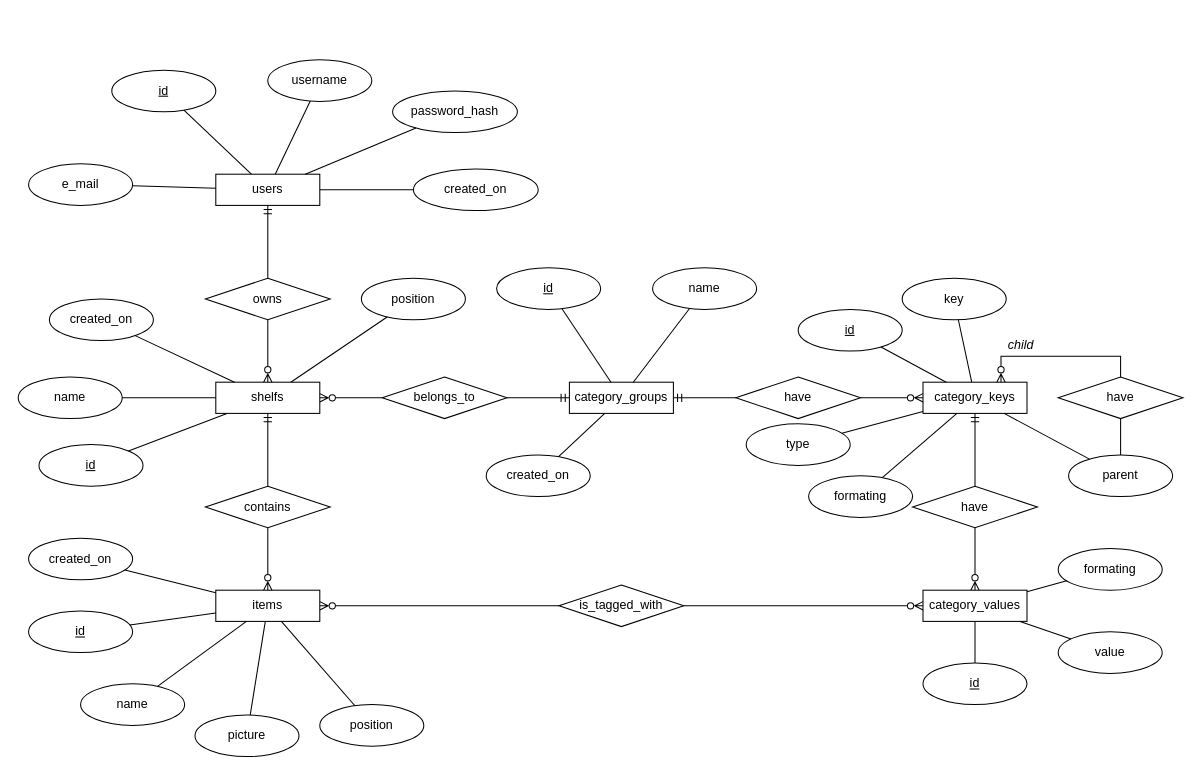
Before: docs/infra/ConceptionalERD.drawio in Vulpes0Zerda/archive-wizard-backend, a draw.io diagram. Source tidied: cells renumbered, new cells numbered last; positions are measured from the earlier drawing's top-left corner, leaving out a move shared by most shapes. Both pictures are drawn from the tidied source at 104%, with x=0, y=0 at pixel (18, 59).
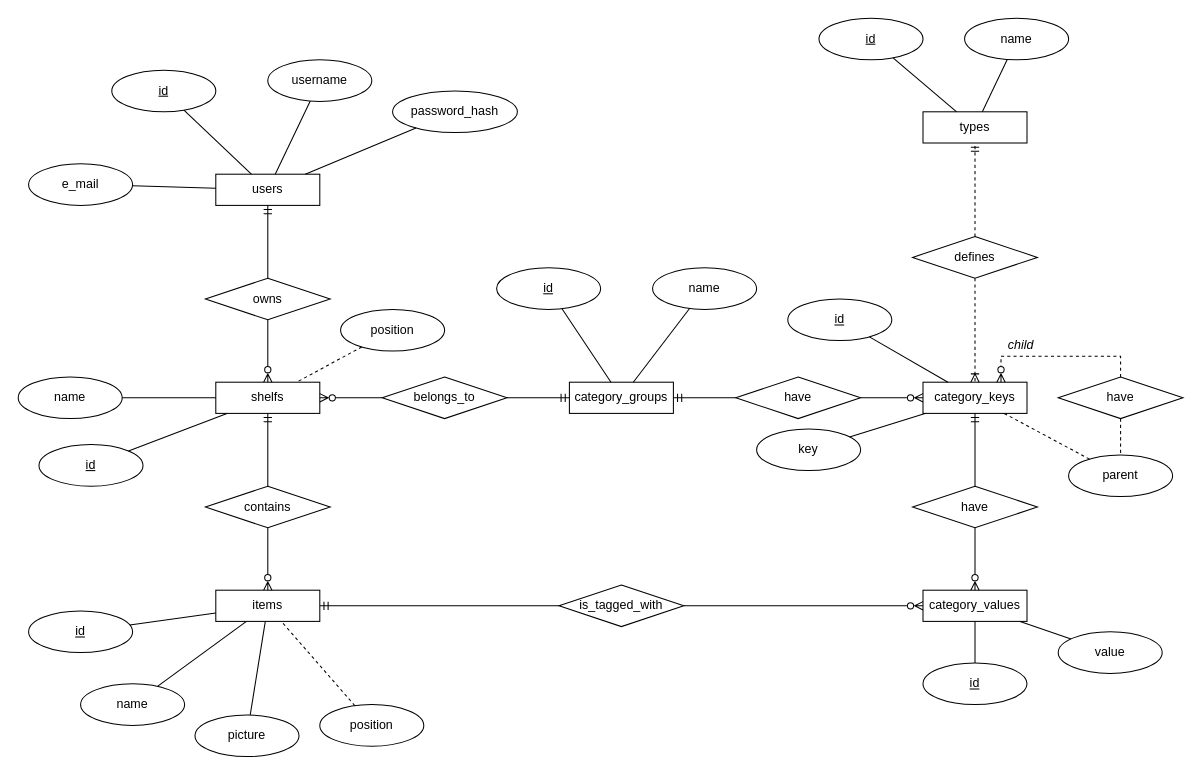
Above is the later version.

Commit message:
finalized conceptional ERD

The change refers to these unchanged cells:
```xml
<mxCell id="2" value="users" style="whiteSpace=wrap;html=1;align=center;hachureGap=4;fontFamily=Helvetica;" parent="1" vertex="1">
  <mxGeometry x="190" y="110" width="100" height="30" as="geometry" />
</mxCell>
<mxCell id="3" value="category_keys" style="whiteSpace=wrap;html=1;align=center;hachureGap=4;fontFamily=Helvetica;" parent="1" vertex="1">
  <mxGeometry x="870" y="310" width="100" height="30" as="geometry" />
</mxCell>
<mxCell id="4" value="category_values" style="whiteSpace=wrap;html=1;align=center;hachureGap=4;fontFamily=Helvetica;" parent="1" vertex="1">
  <mxGeometry x="870" y="510" width="100" height="30" as="geometry" />
</mxCell>
<mxCell id="13" value="shelfs" style="whiteSpace=wrap;html=1;align=center;hachureGap=4;fontFamily=Helvetica;" parent="1" vertex="1">
  <mxGeometry x="190" y="310" width="100" height="30" as="geometry" />
</mxCell>
<mxCell id="17" value="items" style="whiteSpace=wrap;html=1;align=center;hachureGap=4;fontFamily=Helvetica;" parent="1" vertex="1">
  <mxGeometry x="190" y="510" width="100" height="30" as="geometry" />
</mxCell>
<mxCell id="34" value="is_tagged_with" style="shape=rhombus;perimeter=rhombusPerimeter;whiteSpace=wrap;html=1;align=center;hachureGap=4;fontFamily=Helvetica;" parent="1" vertex="1">
  <mxGeometry x="520" y="505" width="120" height="40" as="geometry" />
</mxCell>
<mxCell id="46" value="position" style="ellipse;whiteSpace=wrap;html=1;align=center;hachureGap=4;fontFamily=Helvetica;" parent="1" vertex="1">
  <mxGeometry x="290" y="620" width="100" height="40" as="geometry" />
</mxCell>
<mxCell id="54" value="category_groups" style="whiteSpace=wrap;html=1;align=center;hachureGap=4;fontFamily=Helvetica;" parent="1" vertex="1">
  <mxGeometry x="530" y="310" width="100" height="30" as="geometry" />
</mxCell>
<mxCell id="62" value="have" style="shape=rhombus;perimeter=rhombusPerimeter;whiteSpace=wrap;html=1;align=center;hachureGap=4;fontFamily=Helvetica;" parent="1" vertex="1">
  <mxGeometry x="1000" y="305" width="120" height="40" as="geometry" />
</mxCell>
<mxCell id="68" value="parent" style="ellipse;whiteSpace=wrap;html=1;align=center;fontStyle=0;hachureGap=4;fontFamily=Helvetica;" parent="1" vertex="1">
  <mxGeometry x="1010" y="380" width="100" height="40" as="geometry" />
</mxCell>
```

Change to the diagram source:
```diff
@@
-    <mxCell id="21" value="created_on" style="ellipse;whiteSpace=wrap;html=1;align=center;hachureGap=4;fontFamily=Helvetica;" parent="1" vertex="1">
-      <mxGeometry x="30" y="230" width="100" height="40" as="geometry" />
-    </mxCell>
-    <mxCell id="22" style="edgeStyle=none;rounded=0;hachureGap=4;jettySize=auto;html=1;fontFamily=Helvetica;endArrow=none;endFill=0;" parent="1" edge="1" source="21" target="13">
-      <mxGeometry relative="1" as="geometry" />
-    </mxCell>
@@
-    <mxCell id="26" value="created_on" style="ellipse;whiteSpace=wrap;html=1;align=center;hachureGap=4;fontFamily=Helvetica;" parent="1" vertex="1">
-      <mxGeometry x="380" y="105" width="120" height="40" as="geometry" />
-    </mxCell>
-    <mxCell id="27" style="edgeStyle=none;rounded=0;hachureGap=4;jettySize=auto;html=1;fontFamily=Helvetica;endArrow=none;endFill=0;" parent="1" edge="1" source="2" target="26">
-      <mxGeometry relative="1" as="geometry" />
-    </mxCell>
@@
-    <mxCell id="32" style="edgeStyle=orthogonalEdgeStyle;rounded=0;hachureGap=4;jettySize=auto;html=1;exitX=0;exitY=0.5;exitDx=0;exitDy=0;entryX=1;entryY=0.5;entryDx=0;entryDy=0;fontFamily=Architects Daughter;endArrow=ERzeroToMany;endFill=0;" parent="1" edge="1" source="34" target="17">
+    <mxCell id="32" style="edgeStyle=orthogonalEdgeStyle;rounded=0;hachureGap=4;jettySize=auto;html=1;exitX=0;exitY=0.5;exitDx=0;exitDy=0;entryX=1;entryY=0.5;entryDx=0;entryDy=0;fontFamily=Architects Daughter;endArrow=ERmandOne;endFill=0;" parent="1" edge="1" source="34" target="17">
       <mxGeometry relative="1" as="geometry" />
     </mxCell>
@@
-    <mxCell id="42" value="created_on" style="ellipse;whiteSpace=wrap;html=1;align=center;hachureGap=4;fontFamily=Helvetica;" parent="1" vertex="1">
-      <mxGeometry x="10" y="460" width="100" height="40" as="geometry" />
-    </mxCell>
-    <mxCell id="43" style="edgeStyle=none;rounded=0;hachureGap=4;jettySize=auto;html=1;fontFamily=Helvetica;endArrow=none;endFill=0;" parent="1" edge="1" source="42" target="17">
-      <mxGeometry relative="1" as="geometry" />
-    </mxCell>
@@
-    <mxCell id="47" style="edgeStyle=none;rounded=0;hachureGap=4;jettySize=auto;html=1;fontFamily=Helvetica;endArrow=none;endFill=0;" parent="1" edge="1" source="46" target="17">
+    <mxCell id="47" style="edgeStyle=none;rounded=0;hachureGap=4;jettySize=auto;html=1;fontFamily=Helvetica;endArrow=none;endFill=0;dashed=1;" parent="1" edge="1" source="46" target="17">
       <mxGeometry relative="1" as="geometry" />
     </mxCell>
     <mxCell id="48" value="position" style="ellipse;whiteSpace=wrap;html=1;align=center;hachureGap=4;fontFamily=Helvetica;" parent="1" vertex="1">
-      <mxGeometry x="330" y="210" width="100" height="40" as="geometry" />
+      <mxGeometry x="310" y="240" width="100" height="40" as="geometry" />
     </mxCell>
-    <mxCell id="49" style="edgeStyle=none;rounded=0;hachureGap=4;jettySize=auto;html=1;fontFamily=Helvetica;endArrow=none;endFill=0;" parent="1" edge="1" source="48" target="13">
+    <mxCell id="49" style="edgeStyle=none;rounded=0;hachureGap=4;jettySize=auto;html=1;fontFamily=Helvetica;endArrow=none;endFill=0;dashed=1;" parent="1" edge="1" source="48" target="13">
       <mxGeometry relative="1" as="geometry" />
     </mxCell>
     <mxCell id="50" value="id" style="ellipse;whiteSpace=wrap;html=1;align=center;fontStyle=4;hachureGap=4;fontFamily=Helvetica;" parent="1" vertex="1">
-      <mxGeometry x="750" y="240" width="100" height="40" as="geometry" />
+      <mxGeometry x="740" y="230" width="100" height="40" as="geometry" />
     </mxCell>
@@
-    <mxCell id="60" style="edgeStyle=orthogonalEdgeStyle;rounded=0;hachureGap=4;jettySize=auto;html=1;exitX=0.5;exitY=1;exitDx=0;exitDy=0;fontFamily=Architects Daughter;endArrow=none;endFill=0;entryX=0.5;entryY=0;entryDx=0;entryDy=0;" parent="1" edge="1" source="62" target="68">
+    <mxCell id="60" style="edgeStyle=orthogonalEdgeStyle;rounded=0;hachureGap=4;jettySize=auto;html=1;exitX=0.5;exitY=1;exitDx=0;exitDy=0;fontFamily=Architects Daughter;endArrow=none;endFill=0;entryX=0.5;entryY=0;entryDx=0;entryDy=0;dashed=1;" parent="1" edge="1" source="62" target="68">
       <mxGeometry relative="1" as="geometry" />
     </mxCell>
-    <mxCell id="61" style="edgeStyle=orthogonalEdgeStyle;rounded=0;hachureGap=4;jettySize=auto;html=1;exitX=0.5;exitY=0;exitDx=0;exitDy=0;entryX=0.75;entryY=0;entryDx=0;entryDy=0;fontFamily=Architects Daughter;endArrow=ERzeroToMany;endFill=0;" parent="1" edge="1" source="62" target="3">
+    <mxCell id="61" style="edgeStyle=orthogonalEdgeStyle;rounded=0;hachureGap=4;jettySize=auto;html=1;exitX=0.5;exitY=0;exitDx=0;exitDy=0;entryX=0.75;entryY=0;entryDx=0;entryDy=0;fontFamily=Architects Daughter;endArrow=ERzeroToMany;endFill=0;dashed=1;" parent="1" edge="1" source="62" target="3">
       <mxGeometry relative="1" as="geometry" />
     </mxCell>
@@
-    <mxCell id="66" value="created_on" style="ellipse;whiteSpace=wrap;html=1;align=center;hachureGap=4;fontFamily=Helvetica;" parent="1" vertex="1">
-      <mxGeometry x="450" y="380" width="100" height="40" as="geometry" />
-    </mxCell>
-    <mxCell id="67" style="edgeStyle=none;rounded=0;hachureGap=4;jettySize=auto;html=1;fontFamily=Helvetica;endArrow=none;endFill=0;" parent="1" edge="1" source="66" target="54">
-      <mxGeometry relative="1" as="geometry" />
-    </mxCell>
@@
-    <mxCell id="69" style="edgeStyle=none;rounded=0;hachureGap=4;jettySize=auto;html=1;fontFamily=Helvetica;endArrow=none;endFill=0;" parent="1" edge="1" source="68" target="3">
+    <mxCell id="69" style="edgeStyle=none;rounded=0;hachureGap=4;jettySize=auto;html=1;fontFamily=Helvetica;endArrow=none;endFill=0;dashed=1;" parent="1" edge="1" source="68" target="3">
       <mxGeometry relative="1" as="geometry" />
     </mxCell>
     <mxCell id="70" value="key" style="ellipse;whiteSpace=wrap;html=1;align=center;fontStyle=0;hachureGap=4;fontFamily=Helvetica;" parent="1" vertex="1">
-      <mxGeometry x="850" y="210" width="100" height="40" as="geometry" />
+      <mxGeometry x="710" y="355" width="100" height="40" as="geometry" />
     </mxCell>
@@
-    <mxCell id="72" value="type" style="ellipse;whiteSpace=wrap;html=1;align=center;fontStyle=0;hachureGap=4;fontFamily=Helvetica;" parent="1" vertex="1">
-      <mxGeometry x="700" y="350" width="100" height="40" as="geometry" />
-    </mxCell>
-    <mxCell id="73" style="edgeStyle=none;rounded=0;hachureGap=4;jettySize=auto;html=1;fontFamily=Helvetica;endArrow=none;endFill=0;" parent="1" edge="1" source="72" target="3">
-      <mxGeometry relative="1" as="geometry" />
-    </mxCell>
-    <mxCell id="74" value="formating" style="ellipse;whiteSpace=wrap;html=1;align=center;fontStyle=0;hachureGap=4;fontFamily=Helvetica;" parent="1" vertex="1">
-      <mxGeometry x="760" y="400" width="100" height="40" as="geometry" />
-    </mxCell>
-    <mxCell id="75" style="edgeStyle=none;rounded=0;hachureGap=4;jettySize=auto;html=1;fontFamily=Helvetica;endArrow=none;endFill=0;" parent="1" edge="1" source="74" target="3">
-      <mxGeometry relative="1" as="geometry" />
-    </mxCell>
@@
-    <mxCell id="78" value="formating" style="ellipse;whiteSpace=wrap;html=1;align=center;fontStyle=0;hachureGap=4;fontFamily=Helvetica;" parent="1" vertex="1">
-      <mxGeometry x="1000" y="470" width="100" height="40" as="geometry" />
-    </mxCell>
-    <mxCell id="79" style="edgeStyle=none;rounded=0;hachureGap=4;jettySize=auto;html=1;fontFamily=Helvetica;endArrow=none;endFill=0;" parent="1" edge="1" source="78" target="4">
-      <mxGeometry relative="1" as="geometry" />
-    </mxCell>
+    <mxCell id="80" style="edgeStyle=orthogonalEdgeStyle;rounded=0;hachureGap=4;jettySize=auto;html=1;exitX=0.5;exitY=1;exitDx=0;exitDy=0;entryX=0.5;entryY=0;entryDx=0;entryDy=0;fontFamily=Architects Daughter;endArrow=ERoneToMany;endFill=0;dashed=1;" parent="1" edge="1" source="82" target="3">
+      <mxGeometry relative="1" as="geometry" />
+    </mxCell>
+    <mxCell id="81" style="edgeStyle=orthogonalEdgeStyle;rounded=0;hachureGap=4;jettySize=auto;html=1;exitX=0.5;exitY=0;exitDx=0;exitDy=0;entryX=0.5;entryY=1;entryDx=0;entryDy=0;fontFamily=Architects Daughter;endArrow=ERmandOne;endFill=0;dashed=1;" parent="1" edge="1" source="82" target="83">
+      <mxGeometry relative="1" as="geometry" />
+    </mxCell>
+    <mxCell id="82" value="defines" style="shape=rhombus;perimeter=rhombusPerimeter;whiteSpace=wrap;html=1;align=center;hachureGap=4;fontFamily=Helvetica;" parent="1" vertex="1">
+      <mxGeometry x="860" y="170" width="120" height="40" as="geometry" />
+    </mxCell>
+    <mxCell id="83" value="types" style="whiteSpace=wrap;html=1;align=center;hachureGap=4;fontFamily=Helvetica;" parent="1" vertex="1">
+      <mxGeometry x="870" y="50" width="100" height="30" as="geometry" />
+    </mxCell>
+    <mxCell id="84" value="name" style="ellipse;whiteSpace=wrap;html=1;align=center;fontStyle=0;hachureGap=4;fontFamily=Helvetica;" parent="1" vertex="1">
+      <mxGeometry x="910" y="-40" width="100" height="40" as="geometry" />
+    </mxCell>
+    <mxCell id="85" value="id" style="ellipse;whiteSpace=wrap;html=1;align=center;fontStyle=4;hachureGap=4;fontFamily=Helvetica;" parent="1" vertex="1">
+      <mxGeometry x="770" y="-40" width="100" height="40" as="geometry" />
+    </mxCell>
+    <mxCell id="86" style="edgeStyle=none;rounded=0;hachureGap=4;jettySize=auto;html=1;fontFamily=Helvetica;endArrow=none;endFill=0;" parent="1" edge="1" source="85" target="83">
+      <mxGeometry relative="1" as="geometry" />
+    </mxCell>
+    <mxCell id="87" style="edgeStyle=none;rounded=0;hachureGap=4;jettySize=auto;html=1;fontFamily=Helvetica;endArrow=none;endFill=0;" parent="1" edge="1" source="84" target="83">
+      <mxGeometry relative="1" as="geometry" />
+    </mxCell>
```
